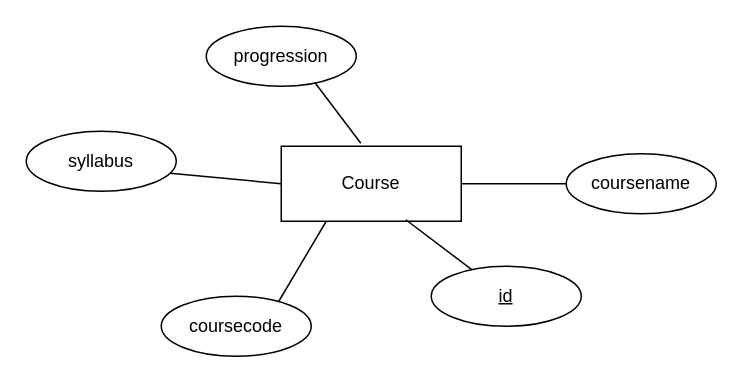
veppaan/backend-M1-vera keeps this draw.io diagram as er-courses.drawio. Above is the earlier version. Source tidied: cells renumbered, new cells numbered last; positions are measured from the earlier drawing's top-left corner, leaving out a move shared by most shapes. Both pictures are drawn from the tidied source at 150%, with x=0, y=0 at pixel (26, 26).
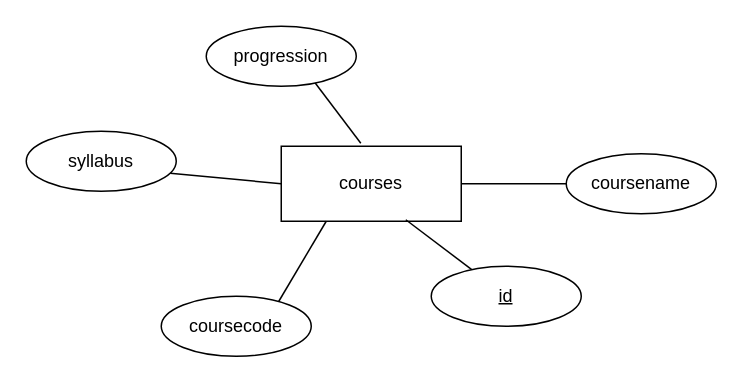
The same diagram, later.

Commit message (it also covers changes not shown here):
Ändrar i er-diagram och lägger in text i index

What changed in the source:
```diff
@@
 <mxGraphModel>
   <root>
     <mxCell id="0" />
     <mxCell id="1" parent="0" />
-    <mxCell id="2" value="Course" style="whiteSpace=wrap;html=1;align=center;" parent="1" vertex="1">
+    <mxCell id="2" value="courses" style="whiteSpace=wrap;html=1;align=center;" parent="1" vertex="1">
       <mxGeometry x="170" y="80" width="120" height="50" as="geometry" />
     </mxCell>
     <mxCell id="3" style="endArrow=none;html=1;rounded=0;exitX=1;exitY=0.5;exitDx=0;exitDy=0;" parent="1" edge="1" source="2" target="4">
       <mxGeometry relative="1" as="geometry" />
     </mxCell>
     <mxCell id="4" value="coursename" style="ellipse;whiteSpace=wrap;html=1;align=center;" parent="1" vertex="1">
       <mxGeometry x="360" y="85" width="100" height="40" as="geometry" />
     </mxCell>
     <mxCell id="5" style="endArrow=none;html=1;rounded=0;exitX=0.692;exitY=0.98;exitDx=0;exitDy=0;exitPerimeter=0;" parent="1" edge="1" source="2" target="6">
       <mxGeometry relative="1" as="geometry" />
     </mxCell>
     <mxCell id="6" value="id" style="ellipse;whiteSpace=wrap;html=1;align=center;fontStyle=4;" parent="1" vertex="1">
       <mxGeometry x="270" y="160" width="100" height="40" as="geometry" />
     </mxCell>
     <mxCell id="7" style="endArrow=none;html=1;rounded=0;entryX=0.25;entryY=1;entryDx=0;entryDy=0;exitX=0.78;exitY=0.1;exitDx=0;exitDy=0;exitPerimeter=0;" parent="1" edge="1" source="8" target="2">
       <mxGeometry relative="1" as="geometry" />
     </mxCell>
     <mxCell id="8" value="coursecode" style="ellipse;whiteSpace=wrap;html=1;align=center;" parent="1" vertex="1">
       <mxGeometry x="90" y="180" width="100" height="40" as="geometry" />
     </mxCell>
     <mxCell id="9" style="endArrow=none;html=1;rounded=0;entryX=0;entryY=0.5;entryDx=0;entryDy=0;exitX=0.96;exitY=0.7;exitDx=0;exitDy=0;exitPerimeter=0;" parent="1" edge="1" source="10" target="2">
       <mxGeometry relative="1" as="geometry" />
     </mxCell>
     <mxCell id="10" value="syllabus" style="ellipse;whiteSpace=wrap;html=1;align=center;" parent="1" vertex="1">
       <mxGeometry y="70" width="100" height="40" as="geometry" />
     </mxCell>
     <mxCell id="11" style="endArrow=none;html=1;rounded=0;entryX=0.442;entryY=-0.04;entryDx=0;entryDy=0;entryPerimeter=0;exitX=0.72;exitY=0.925;exitDx=0;exitDy=0;exitPerimeter=0;" parent="1" edge="1" source="12" target="2">
       <mxGeometry relative="1" as="geometry" />
     </mxCell>
     <mxCell id="12" value="progression" style="ellipse;whiteSpace=wrap;html=1;align=center;" parent="1" vertex="1">
       <mxGeometry x="120" width="100" height="40" as="geometry" />
     </mxCell>
   </root>
 </mxGraphModel>
```
